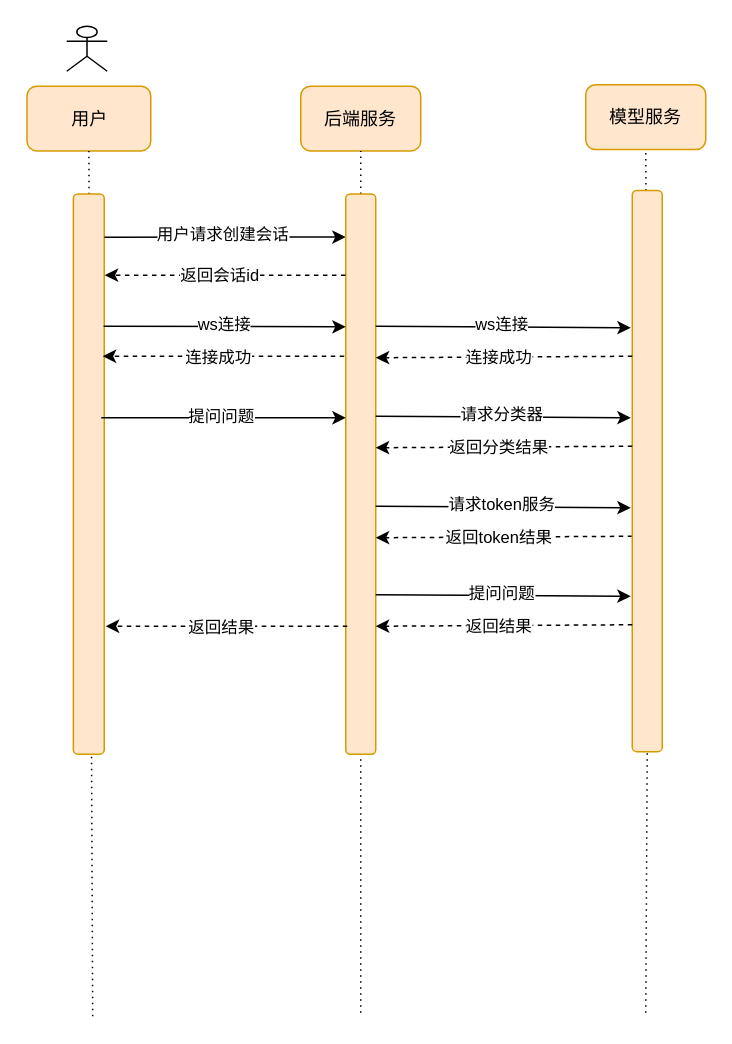
This is 提问流程图.drawio from zhuqlah/draw, a draw.io file, before an edit. Source tidied: cells renumbered, new cells numbered last; positions are measured from the earlier drawing's top-left corner, leaving out a move shared by most shapes. Both pictures are drawn from the tidied source at 150%, with x=0, y=0 at pixel (27, 26).
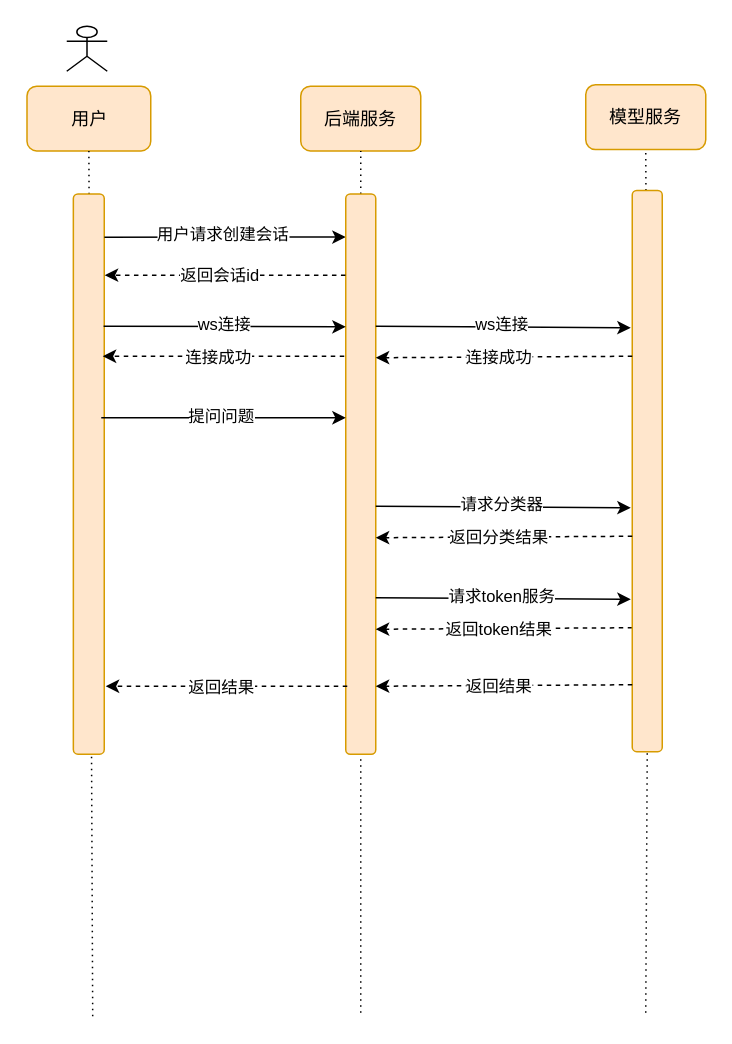
The same diagram, later.

Commit message:
更新提问流程图.drawio

The change refers to these unchanged cells:
```xml
<mxCell id="9" style="group;" parent="1" vertex="1">
  <mxGeometry x="182" y="40" width="80" height="620" as="geometry" />
</mxCell>
<mxCell id="20" style="group;" parent="1" vertex="1">
  <mxGeometry x="372" y="39" width="80" height="621" as="geometry" />
</mxCell>
```

Change to the diagram source:
```diff
@@
     <mxCell id="16" style="endArrow=classic;html=1;rounded=0;exitX=1;exitY=0.5;exitDx=0;exitDy=0;entryX=-0.07;entryY=0.28;entryDx=0;entryDy=0;entryPerimeter=0;" parent="9" edge="1">
       <mxGeometry relative="1" as="geometry">
-        <mxPoint x="50" y="280" as="sourcePoint" />
-        <mxPoint x="220" y="281" as="targetPoint" />
+        <mxPoint x="50" y="341" as="sourcePoint" />
+        <mxPoint x="220" y="342" as="targetPoint" />
       </mxGeometry>
     </mxCell>
@@
     <mxCell id="18" style="endArrow=classic;html=1;rounded=0;entryX=1.015;entryY=0.145;entryDx=0;entryDy=0;entryPerimeter=0;exitX=0.02;exitY=0.387;exitDx=0;exitDy=0;exitPerimeter=0;dashed=1;" parent="9" edge="1">
       <mxGeometry relative="1" as="geometry">
-        <mxPoint x="221" y="300" as="sourcePoint" />
-        <mxPoint x="50" y="301" as="targetPoint" />
+        <mxPoint x="221" y="361" as="sourcePoint" />
+        <mxPoint x="50" y="362" as="targetPoint" />
       </mxGeometry>
     </mxCell>
@@
-    <mxCell id="25" style="endArrow=classic;html=1;rounded=0;exitX=1;exitY=0.5;exitDx=0;exitDy=0;entryX=-0.07;entryY=0.28;entryDx=0;entryDy=0;entryPerimeter=0;" parent="20" edge="1">
-      <mxGeometry relative="1" as="geometry">
-        <mxPoint x="-140" y="340" as="sourcePoint" />
-        <mxPoint x="30" y="341" as="targetPoint" />
-      </mxGeometry>
-    </mxCell>
-    <mxCell id="26" value="提问问题" style="edgeLabel;html=1;align=center;verticalAlign=middle;" parent="25" vertex="1">
-      <mxGeometry x="-0.1" y="2" relative="1" as="geometry">
-        <mxPoint x="6" as="offset" />
-      </mxGeometry>
-    </mxCell>
     <mxCell id="27" style="endArrow=classic;html=1;rounded=0;entryX=1.015;entryY=0.145;entryDx=0;entryDy=0;entryPerimeter=0;exitX=0.02;exitY=0.387;exitDx=0;exitDy=0;exitPerimeter=0;dashed=1;" parent="20" edge="1">
       <mxGeometry relative="1" as="geometry">
-        <mxPoint x="31" y="360" as="sourcePoint" />
-        <mxPoint x="-140" y="361" as="targetPoint" />
+        <mxPoint x="31" y="400" as="sourcePoint" />
+        <mxPoint x="-140" y="401" as="targetPoint" />
       </mxGeometry>
     </mxCell>
@@
     <mxCell id="33" style="endArrow=classic;html=1;rounded=0;exitX=1;exitY=0.5;exitDx=0;exitDy=0;entryX=-0.07;entryY=0.28;entryDx=0;entryDy=0;entryPerimeter=0;" parent="1" edge="1">
       <mxGeometry relative="1" as="geometry">
-        <mxPoint x="232" y="260" as="sourcePoint" />
-        <mxPoint x="402" y="261" as="targetPoint" />
+        <mxPoint x="232" y="320" as="sourcePoint" />
+        <mxPoint x="402" y="321" as="targetPoint" />
       </mxGeometry>
     </mxCell>
@@
     <mxCell id="35" style="endArrow=classic;html=1;rounded=0;entryX=1.015;entryY=0.145;entryDx=0;entryDy=0;entryPerimeter=0;exitX=0.02;exitY=0.387;exitDx=0;exitDy=0;exitPerimeter=0;dashed=1;" parent="1" edge="1">
       <mxGeometry relative="1" as="geometry">
-        <mxPoint x="403" y="280" as="sourcePoint" />
-        <mxPoint x="232" y="281" as="targetPoint" />
+        <mxPoint x="403" y="340" as="sourcePoint" />
+        <mxPoint x="232" y="341" as="targetPoint" />
       </mxGeometry>
     </mxCell>
@@
     <mxCell id="43" style="endArrow=classic;html=1;rounded=0;entryX=1.015;entryY=0.145;entryDx=0;entryDy=0;entryPerimeter=0;exitX=-0.01;exitY=0.145;exitDx=0;exitDy=0;exitPerimeter=0;dashed=1;" parent="1" edge="1">
       <mxGeometry relative="1" as="geometry">
-        <mxPoint x="213" y="400" as="sourcePoint" />
-        <mxPoint x="52" y="400" as="targetPoint" />
+        <mxPoint x="213" y="440" as="sourcePoint" />
+        <mxPoint x="52" y="440" as="targetPoint" />
       </mxGeometry>
     </mxCell>
```
